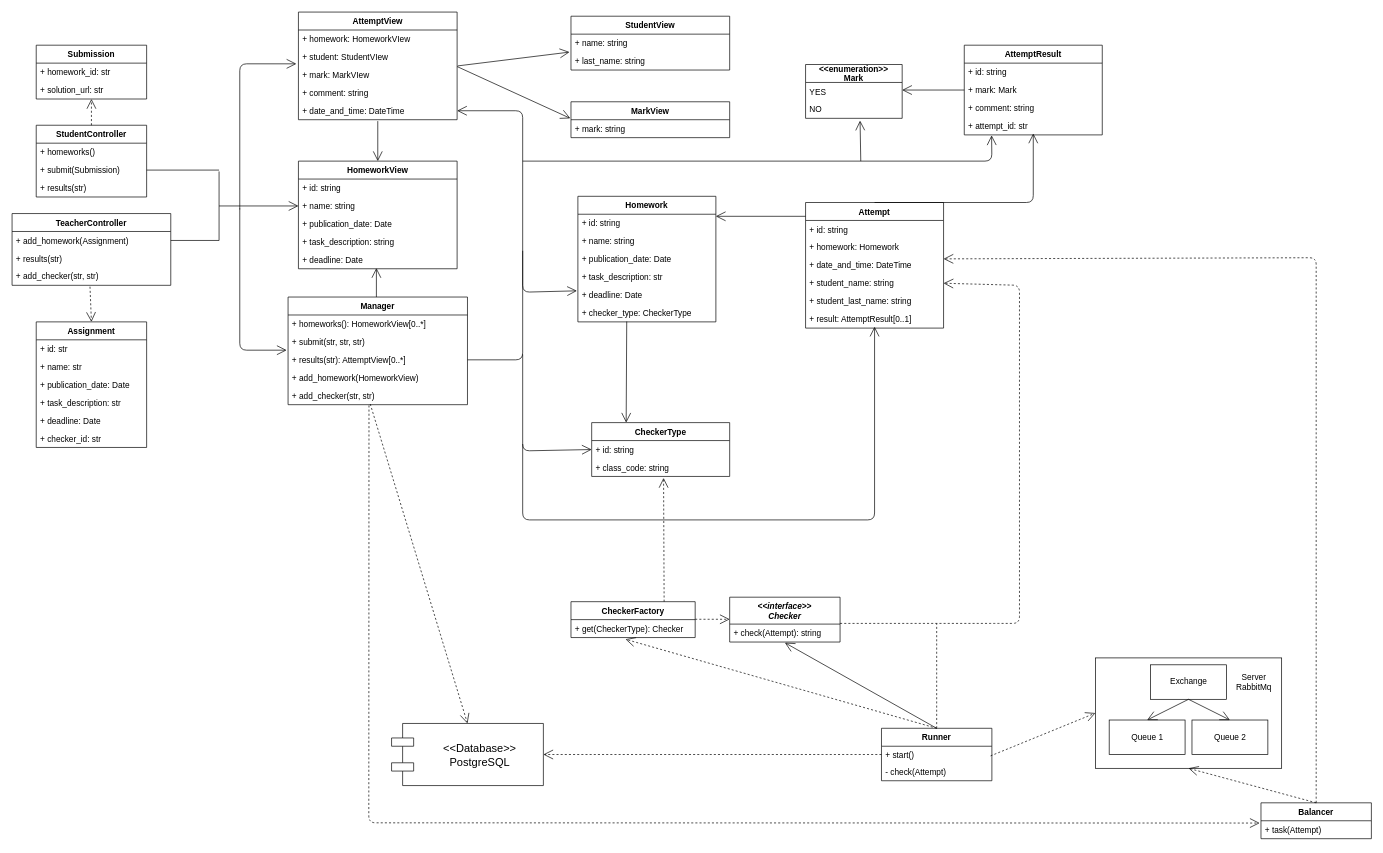
Earlier version of the draw.io diagram architecture/resources/web_service_classes.drawio (Soykaa/my-hw-proj). Source tidied: cells renumbered, new cells numbered last; positions are measured from the earlier drawing's top-left corner, leaving out a move shared by most shapes. Both pictures are drawn from the tidied source at 69%, with x=0, y=0 at pixel (12, 12).
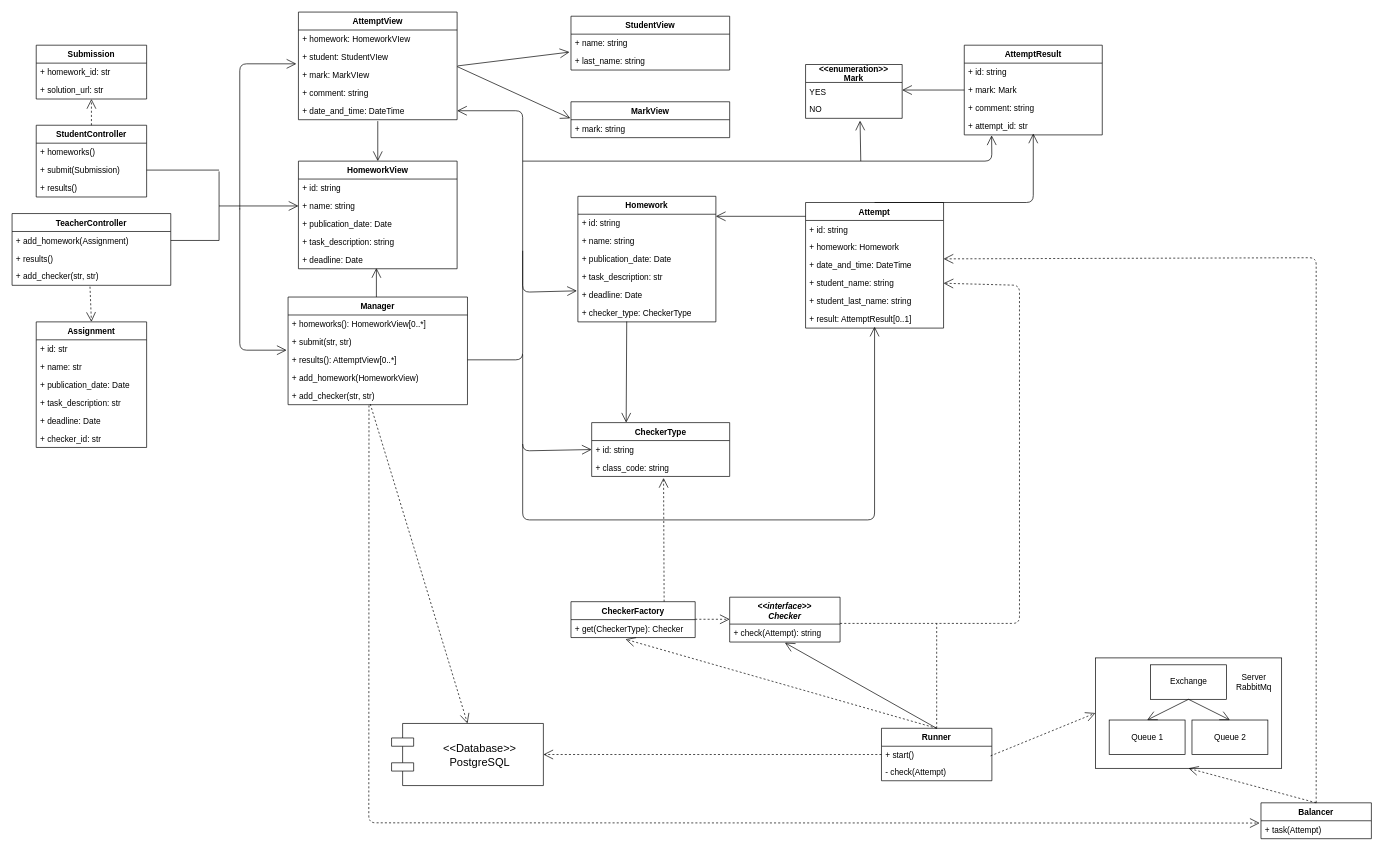
The same page after the edit.

Commit message (it also covers changes not shown here):
Fix classes diagram

Unchanged cells that the change refers to:
```xml
<mxCell id="49" value="StudentController" style="swimlane;fontStyle=1;align=center;verticalAlign=top;horizontal=1;startSize=26;" parent="1" vertex="1">
  <mxGeometry x="35" y="164" width="160" height="104" as="geometry" />
</mxCell>
<mxCell id="53" value="TeacherController" style="swimlane;fontStyle=1;align=center;verticalAlign=top;horizontal=1;startSize=26;" parent="1" vertex="1">
  <mxGeometry y="292" width="230" height="104" as="geometry" />
</mxCell>
<mxCell id="69" value="Manager" style="swimlane;fontStyle=1;align=center;verticalAlign=top;horizontal=1;startSize=26;" parent="1" vertex="1">
  <mxGeometry x="400" y="413" width="260" height="156" as="geometry" />
</mxCell>
```

What changed in the source:
```diff
@@
-    <mxCell id="52" value="+ results(str)" style="text;strokeColor=none;fillColor=none;align=left;verticalAlign=top;spacingLeft=4;spacingRight=4;overflow=hidden;" parent="49" vertex="1">
+    <mxCell id="52" value="+ results()" style="text;strokeColor=none;fillColor=none;align=left;verticalAlign=top;spacingLeft=4;spacingRight=4;overflow=hidden;" parent="49" vertex="1">
       <mxGeometry y="78" width="160" height="26" as="geometry" />
     </mxCell>
@@
-    <mxCell id="55" value="+ results(str)" style="text;strokeColor=none;fillColor=none;align=left;verticalAlign=top;spacingLeft=4;spacingRight=4;overflow=hidden;" parent="53" vertex="1">
+    <mxCell id="55" value="+ results()" style="text;strokeColor=none;fillColor=none;align=left;verticalAlign=top;spacingLeft=4;spacingRight=4;overflow=hidden;" parent="53" vertex="1">
       <mxGeometry y="52" width="230" height="26" as="geometry" />
     </mxCell>
@@
-    <mxCell id="71" value="+ submit(str, str, str)" style="text;strokeColor=none;fillColor=none;align=left;verticalAlign=top;spacingLeft=4;spacingRight=4;overflow=hidden;points=[[0,0.5],[1,0.5]];portConstraint=eastwest;" parent="69" vertex="1">
+    <mxCell id="71" value="+ submit(str, str)" style="text;strokeColor=none;fillColor=none;align=left;verticalAlign=top;spacingLeft=4;spacingRight=4;overflow=hidden;points=[[0,0.5],[1,0.5]];portConstraint=eastwest;" parent="69" vertex="1">
       <mxGeometry y="52" width="260" height="26" as="geometry" />
     </mxCell>
-    <mxCell id="72" value="+ results(str): AttemptView[0..*]" style="text;strokeColor=none;fillColor=none;align=left;verticalAlign=top;spacingLeft=4;spacingRight=4;overflow=hidden;points=[[0,0.5],[1,0.5]];portConstraint=eastwest;" parent="69" vertex="1">
+    <mxCell id="72" value="+ results(): AttemptView[0..*]" style="text;strokeColor=none;fillColor=none;align=left;verticalAlign=top;spacingLeft=4;spacingRight=4;overflow=hidden;points=[[0,0.5],[1,0.5]];portConstraint=eastwest;" parent="69" vertex="1">
       <mxGeometry y="78" width="260" height="26" as="geometry" />
     </mxCell>
```
